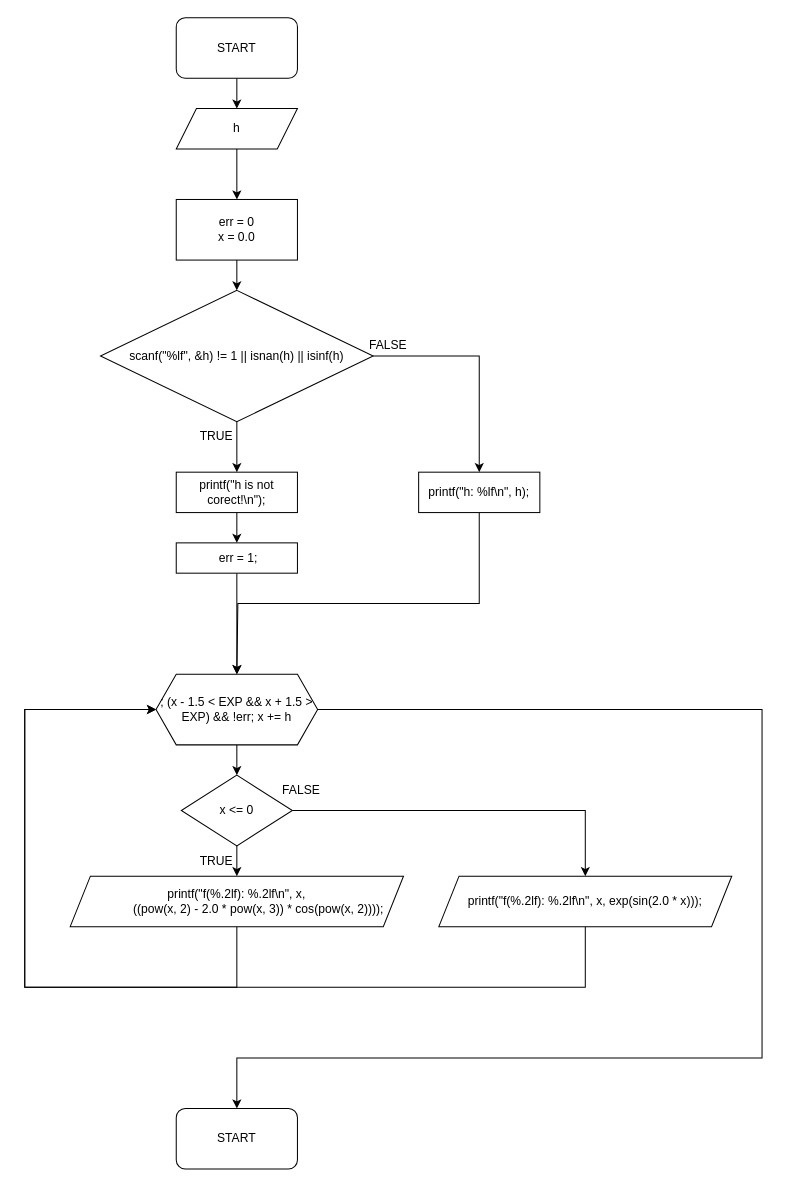
Before: TP/lab_3/block-scheme_lab3.drawio in andriiverinhe/TP_V9, a draw.io diagram. Source tidied: cells renumbered, new cells numbered last; positions are measured from the earlier drawing's top-left corner, leaving out a move shared by most shapes. Both pictures are drawn from the tidied source at 101%, with x=0, y=0 at pixel (24, 17).
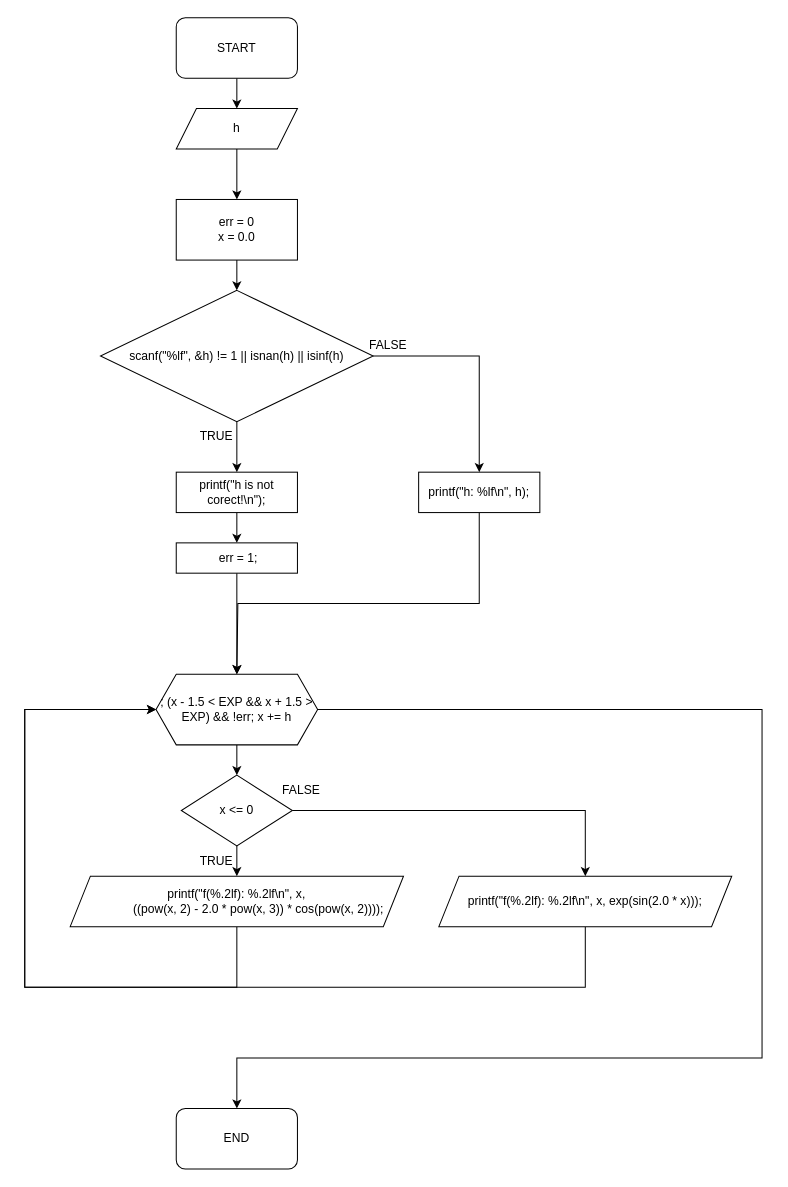
Above is the later version.

Commit message (it also covers changes not shown here):
Block shema while

The edit, as a diff of the source:
```diff
@@
-    <mxCell id="30" value="START" style="rounded=1;whiteSpace=wrap;html=1;" parent="1" vertex="1">
+    <mxCell id="30" value="END&lt;br&gt;" style="rounded=1;whiteSpace=wrap;html=1;" parent="1" vertex="1">
       <mxGeometry x="150" y="1080" width="120" height="60" as="geometry" />
     </mxCell>
```
